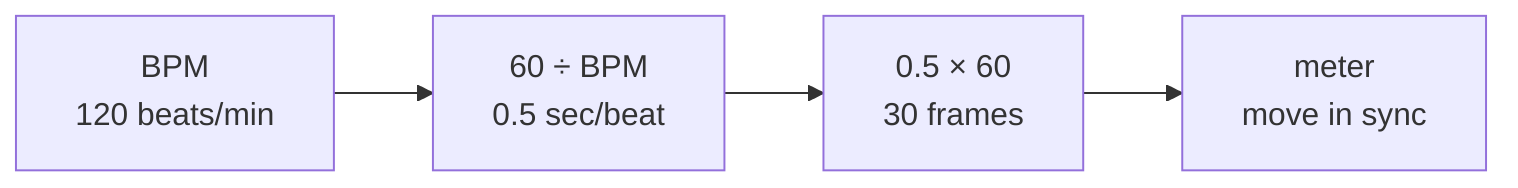
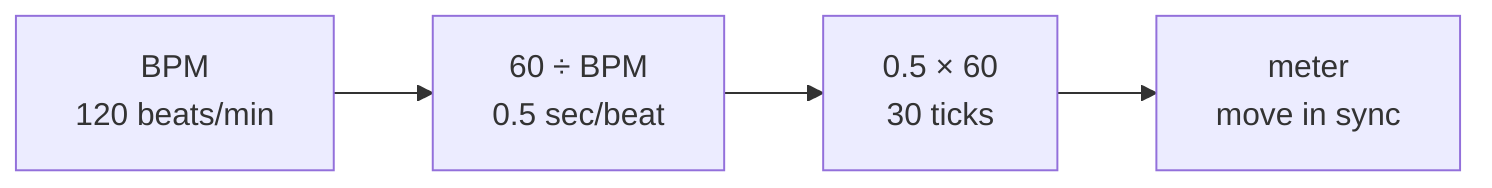
flowchart LR
  bpm["BPM<br/>120 beats/min"]
  seconds["60 ÷ BPM<br/>0.5 sec/beat"]
-   frames["0.5 × 60<br/>30 frames"]
+   frames["0.5 × 60<br/>30 ticks"]
  meter["meter<br/>move in sync"]
  bpm --> seconds
  seconds --> frames
  frames --> meter
